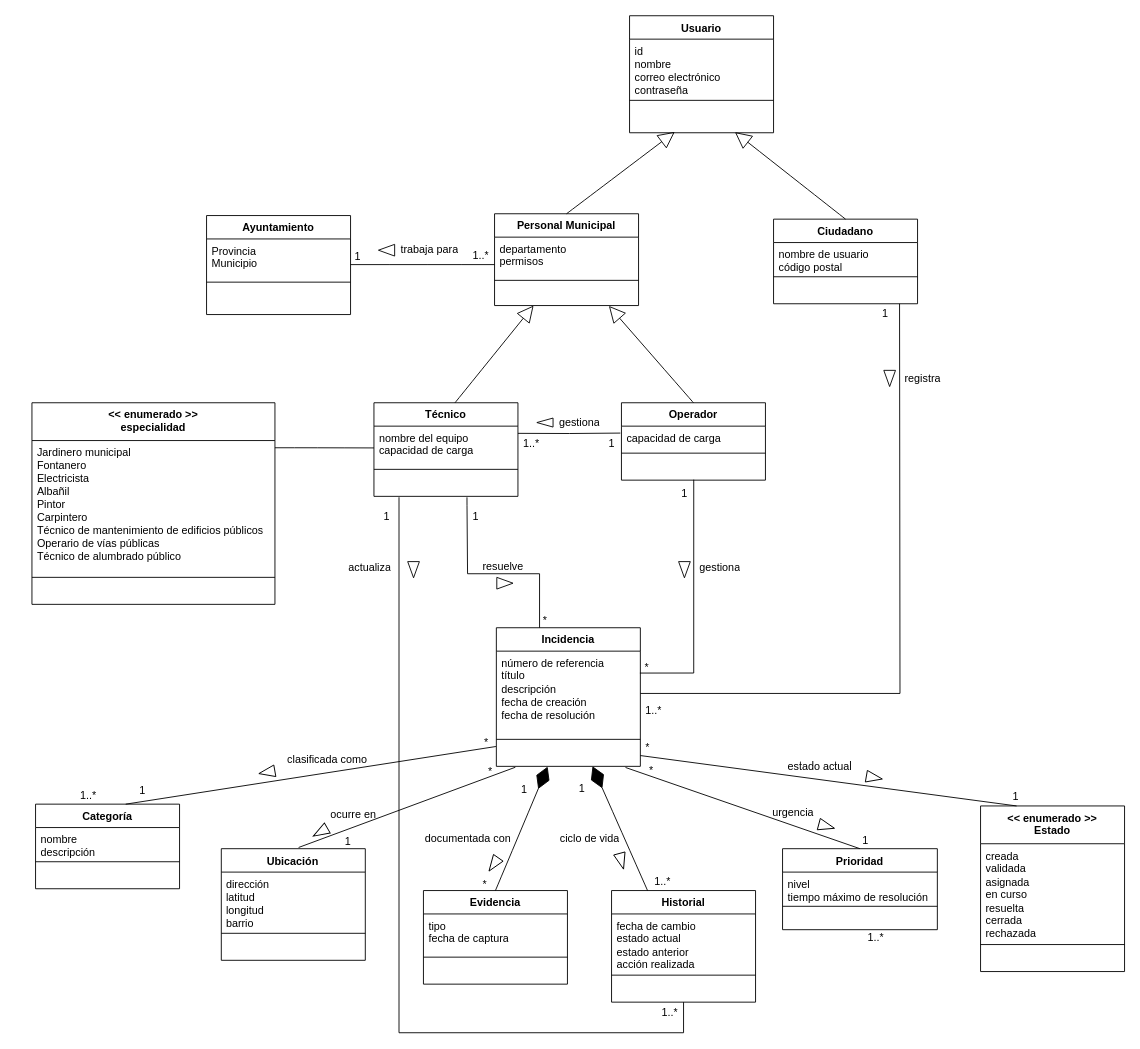
The draw.io diagram Diagrams/DiagramaModelo_v5.drawio in javimoralesg/UrbanDesk, before the edit. Source tidied: cells renumbered, new cells numbered last; positions are measured from the earlier drawing's top-left corner, leaving out a move shared by most shapes. Both pictures are drawn from the tidied source at 90%, with x=0, y=0 at pixel (32, 15).
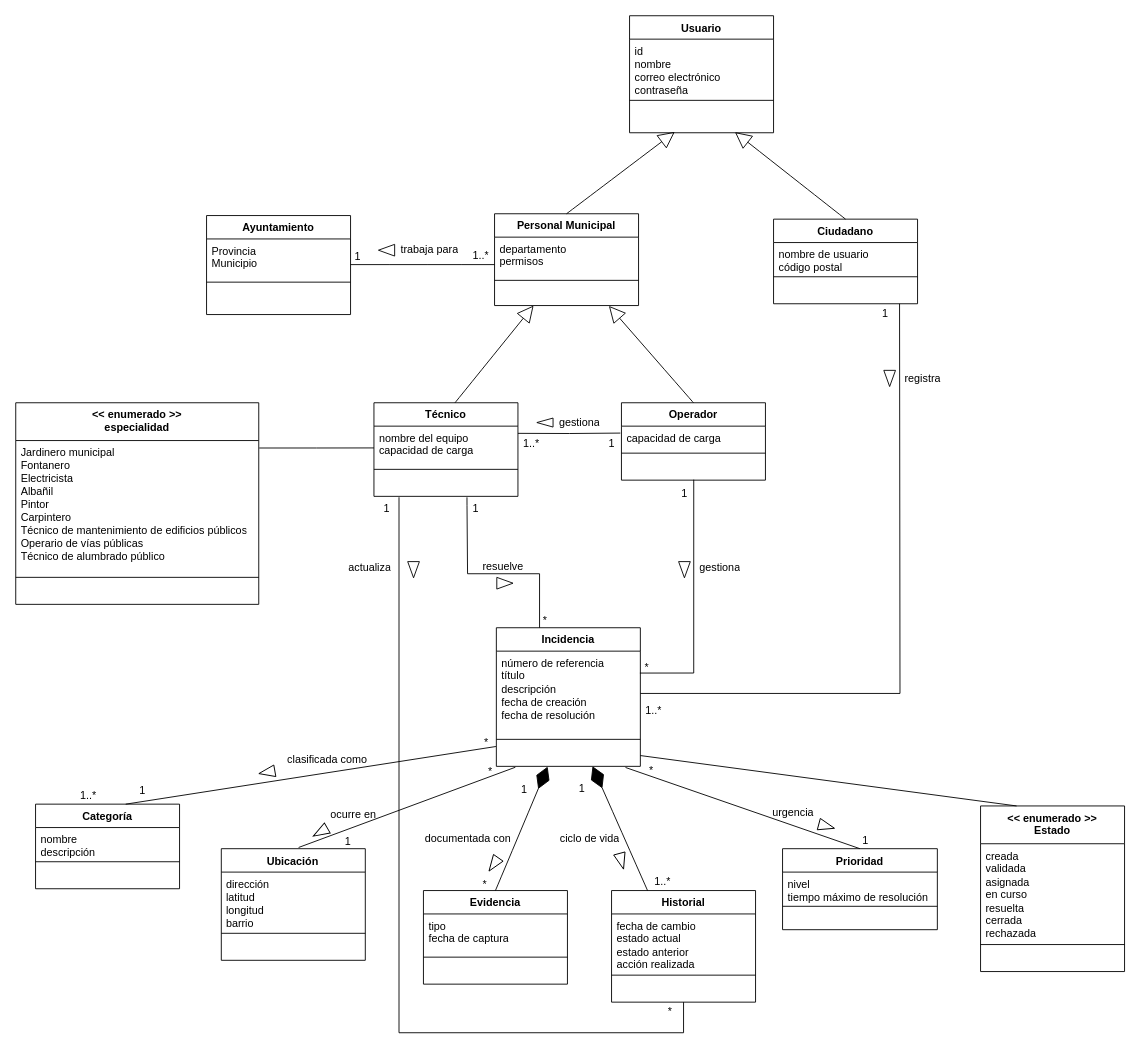
The same diagram, later.

Commit message:
add diagrama modelo dominio final

Unchanged cells that the change refers to:
```xml
<mxCell id="121" value="&lt;div&gt;Jardinero municipal&lt;/div&gt;&lt;div&gt;Fontanero&lt;/div&gt;&lt;div&gt;Electricista&lt;/div&gt;&lt;div&gt;Albañil&lt;/div&gt;&lt;div&gt;Pintor&lt;/div&gt;&lt;div&gt;Carpintero&lt;/div&gt;&lt;div&gt;Técnico de mantenimiento de edificios públicos&lt;/div&gt;&lt;div&gt;Operario de vías públicas&lt;/div&gt;&lt;div&gt;Técnico de alumbrado público&lt;/div&gt;" style="text;strokeColor=none;fillColor=none;align=left;verticalAlign=top;spacingLeft=4;spacingRight=4;overflow=hidden;points=[[0,0.5],[1,0.5]];portConstraint=eastwest;whiteSpace=wrap;html=1;" parent="120" vertex="1">
  <mxGeometry y="42" width="270" height="148" as="geometry" />
</mxCell>
```

What changed in the source:
```diff
@@
     <mxCell id="86" value="1" style="text;strokeColor=none;fillColor=none;align=left;verticalAlign=top;spacingLeft=4;spacingRight=4;overflow=hidden;whiteSpace=wrap;html=1;" parent="1" vertex="1">
-      <mxGeometry x="385" y="543" width="24" height="26" as="geometry" />
+      <mxGeometry x="385" y="534" width="24" height="26" as="geometry" />
     </mxCell>
@@
-    <mxCell id="92" value="1..*" style="text;strokeColor=none;fillColor=none;align=left;verticalAlign=top;spacingLeft=4;spacingRight=4;overflow=hidden;whiteSpace=wrap;html=1;" parent="1" vertex="1">
-      <mxGeometry x="694" y="1094" width="40" height="26" as="geometry" />
+    <mxCell id="92" value="*" style="text;strokeColor=none;fillColor=none;align=left;verticalAlign=top;spacingLeft=4;spacingRight=4;overflow=hidden;whiteSpace=wrap;html=1;" parent="1" vertex="1">
+      <mxGeometry x="701" y="1093" width="40" height="26" as="geometry" />
     </mxCell>
@@
-    <mxCell id="107" value="1..*" style="text;strokeColor=none;fillColor=none;align=left;verticalAlign=top;spacingLeft=4;spacingRight=4;overflow=hidden;whiteSpace=wrap;html=1;" parent="1" vertex="1">
-      <mxGeometry x="923" y="1011" width="36" height="26" as="geometry" />
-    </mxCell>
@@
-    <mxCell id="113" value="1" style="text;strokeColor=none;fillColor=none;align=left;verticalAlign=top;spacingLeft=4;spacingRight=4;overflow=hidden;whiteSpace=wrap;html=1;" parent="1" vertex="1">
-      <mxGeometry x="1084" y="854" width="33" height="26" as="geometry" />
-    </mxCell>
-    <mxCell id="114" value="*" style="text;strokeColor=none;fillColor=none;align=left;verticalAlign=top;spacingLeft=4;spacingRight=4;overflow=hidden;whiteSpace=wrap;html=1;" parent="1" vertex="1">
-      <mxGeometry x="676" y="799" width="28" height="26" as="geometry" />
-    </mxCell>
-    <mxCell id="115" style="triangle;whiteSpace=wrap;html=1;rotation=10;" parent="1" vertex="1">
-      <mxGeometry x="927" y="840" width="18" height="13" as="geometry" />
-    </mxCell>
-    <mxCell id="116" value="estado actual" style="text;strokeColor=none;fillColor=none;align=left;verticalAlign=top;spacingLeft=4;spacingRight=4;overflow=hidden;whiteSpace=wrap;html=1;" parent="1" vertex="1">
-      <mxGeometry x="834" y="820" width="90" height="26" as="geometry" />
-    </mxCell>
@@
     <mxCell id="119" value="1" style="text;strokeColor=none;fillColor=none;align=left;verticalAlign=top;spacingLeft=4;spacingRight=4;overflow=hidden;whiteSpace=wrap;html=1;" parent="1" vertex="1">
-      <mxGeometry x="484" y="543" width="20" height="26" as="geometry" />
+      <mxGeometry x="484" y="534" width="20" height="26" as="geometry" />
     </mxCell>
     <mxCell id="120" value="&lt;div&gt;&amp;lt;&amp;lt; enumerado &amp;gt;&amp;gt;&lt;/div&gt;especialidad" style="swimlane;fontStyle=1;align=center;verticalAlign=top;horizontal=1;startSize=42;whiteSpace=wrap;html=1;" parent="1" vertex="1">
-      <mxGeometry y="430" width="270" height="224" as="geometry" />
+      <mxGeometry x="-18" y="430" width="270" height="224" as="geometry" />
     </mxCell>
@@
-    <mxCell id="124" style="endArrow=none;html=1;edgeStyle=orthogonalEdgeStyle;rounded=0;fontSize=12;startSize=8;endSize=8;curved=1;fontStyle=1;" parent="1" edge="1">
+    <mxCell id="124" style="endArrow=none;html=1;edgeStyle=orthogonalEdgeStyle;rounded=0;fontSize=12;startSize=8;endSize=8;curved=1;fontStyle=1;exitX=1.002;exitY=0.056;exitDx=0;exitDy=0;exitPerimeter=0;" parent="1" edge="1" source="121">
       <mxGeometry relative="1" as="geometry">
-        <mxPoint x="270" y="480" as="sourcePoint" />
         <mxPoint x="380" y="480.2" as="targetPoint" />
-        <Array as="points">
-          <mxPoint x="310" y="479.8" />
-          <mxPoint x="310" y="479.8" />
-        </Array>
       </mxGeometry>
     </mxCell>
```
